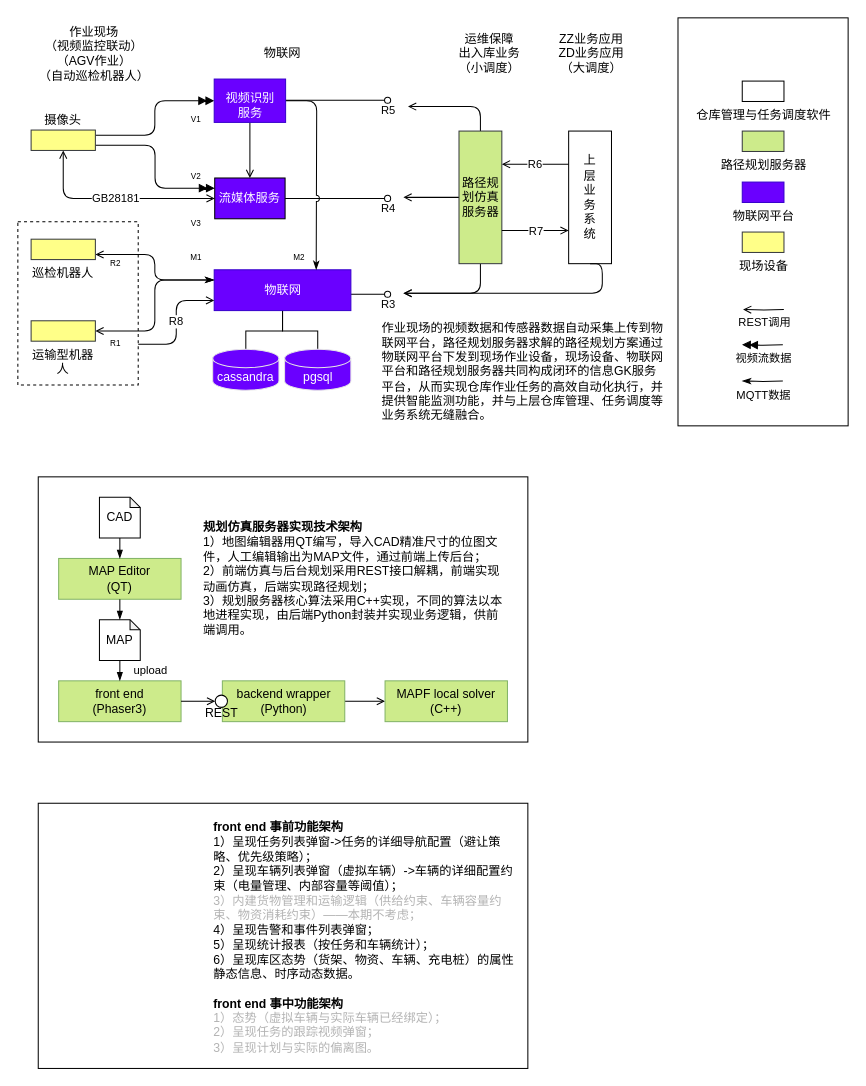
This is page "主构架" (1 of 4) of docs/architecture.drawio from lvyv/mptools, a draw.io file, before an edit. Source tidied: cells renumbered, new cells numbered last; positions are measured from the earlier drawing's top-left corner, leaving out a move shared by most shapes. Both pictures are drawn from the tidied source at 102%, with x=0, y=0 at pixel (17, 17).
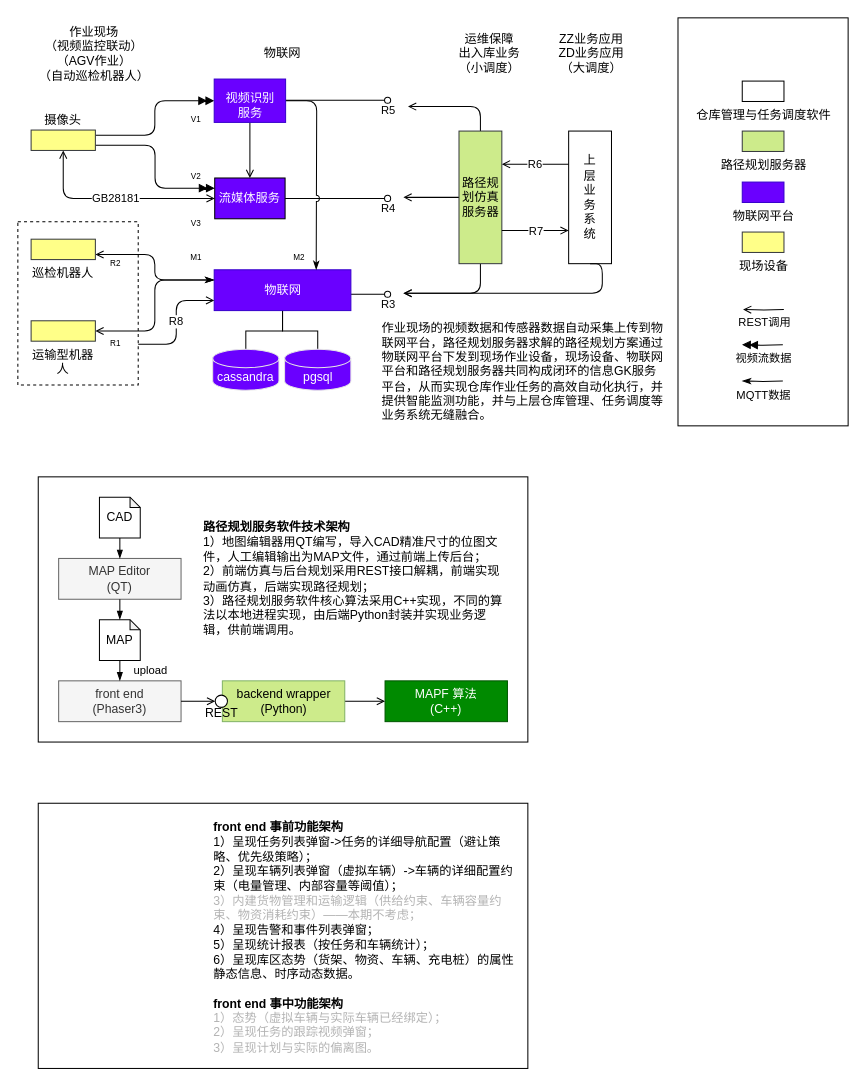
The same page after the edit.

Diff of the diagram source:
```diff
@@
-    <mxCell id="51" value="front end&lt;br&gt;(Phaser3)" style="rounded=0;whiteSpace=wrap;html=1;fillColor=#cdeb8b;strokeColor=#82b366;" parent="1" vertex="1">
+    <mxCell id="51" value="front end&lt;br&gt;(Phaser3)" style="rounded=0;whiteSpace=wrap;html=1;fillColor=#f5f5f5;strokeColor=#666666;fontColor=#333333;" parent="1" vertex="1">
       <mxGeometry x="40" y="650" width="120" height="40" as="geometry" />
     </mxCell>
@@
-    <mxCell id="54" value="MAPF local solver&lt;br&gt;(C++)" style="rounded=0;whiteSpace=wrap;html=1;fillColor=#cdeb8b;strokeColor=#82b366;" parent="1" vertex="1">
+    <mxCell id="54" value="MAPF 算法&lt;br&gt;(C++)" style="rounded=0;whiteSpace=wrap;html=1;fillColor=#008a00;strokeColor=#005700;fontColor=#ffffff;" parent="1" vertex="1">
       <mxGeometry x="360" y="650" width="120" height="40" as="geometry" />
     </mxCell>
-    <mxCell id="55" value="MAP Editor&lt;br&gt;(QT)" style="rounded=0;whiteSpace=wrap;html=1;fillColor=#cdeb8b;strokeColor=#82b366;" parent="1" vertex="1">
+    <mxCell id="55" value="MAP Editor&lt;br&gt;(QT)" style="rounded=0;whiteSpace=wrap;html=1;fillColor=#f5f5f5;strokeColor=#666666;fontColor=#333333;" parent="1" vertex="1">
       <mxGeometry x="40" y="530" width="120" height="40" as="geometry" />
     </mxCell>
@@
-    <mxCell id="64" value="&lt;b&gt;规划仿真服务器实现技术架构&lt;/b&gt;&lt;br&gt;1）地图编辑器用QT编写，导入CAD精准尺寸的位图文件，人工编辑输出为MAP文件，通过前端上传后台；&lt;br&gt;2）前端仿真与后台规划采用REST接口解耦，前端实现动画仿真，后端实现路径规划；&lt;br&gt;3）规划服务器核心算法采用C++实现，不同的算法以本地进程实现，由后端Python封装并实现业务逻辑，供前端调用。" style="text;html=1;strokeColor=none;fillColor=none;align=left;verticalAlign=middle;whiteSpace=wrap;rounded=0;" parent="1" vertex="1">
+    <mxCell id="64" value="&lt;b&gt;路径规划服务软件技术架构&lt;/b&gt;&lt;br&gt;1）地图编辑器用QT编写，导入CAD精准尺寸的位图文件，人工编辑输出为MAP文件，通过前端上传后台；&lt;br&gt;2）前端仿真与后台规划采用REST接口解耦，前端实现动画仿真，后端实现路径规划；&lt;br&gt;3）路径规划服务软件核心算法采用C++实现，不同的算法以本地进程实现，由后端Python封装并实现业务逻辑，供前端调用。" style="text;html=1;strokeColor=none;fillColor=none;align=left;verticalAlign=middle;whiteSpace=wrap;rounded=0;" parent="1" vertex="1">
       <mxGeometry x="180" y="520" width="300" height="60" as="geometry" />
     </mxCell>
```
